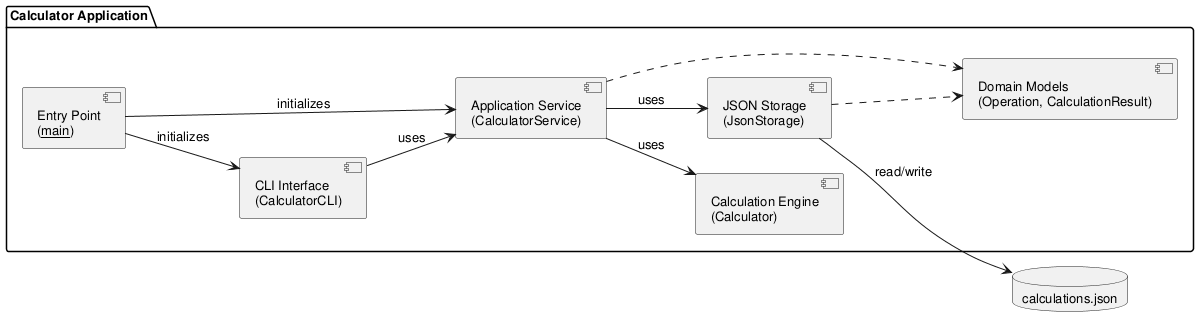
Before: experiments/pipeline/user_stories/calculator/artifacts/component_diagram.png, a diagram exported from PlantUML (DanielRiha8906/Software_autoevolution_using_agents). The source it was exported from:
```plantuml
@startuml component_diagram

skinparam componentStyle uml2
skinparam defaultFontSize 13
left to right direction

package "Calculator Application" {

    component "Entry Point\n(__main__)" as Main
    component "CLI Interface\n(CalculatorCLI)" as CLI
    component "Application Service\n(CalculatorService)" as Service
    component "Calculation Engine\n(Calculator)" as Calc
    component "JSON Storage\n(JsonStorage)" as Store
    component "Domain Models\n(Operation, CalculationResult)" as Models

    Main --> CLI : initializes
    Main --> Service : initializes

    CLI --> Service : uses
    Service --> Calc : uses
    Service --> Store : uses

    Service ..> Models
    Store ..> Models
}

database "calculations.json" as DB

Store --> DB : read/write

@enduml
```
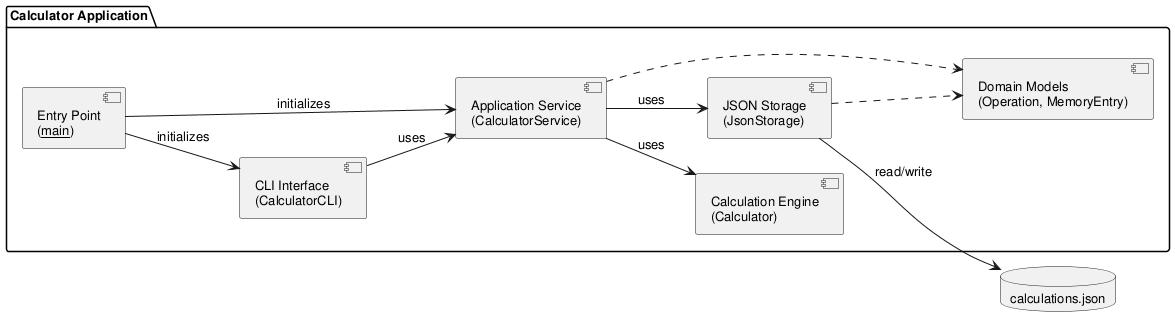
After the change.

Change to the diagram source:
```diff
@@ -11,7 +11,7 @@
     component "Application Service\n(CalculatorService)" as Service
     component "Calculation Engine\n(Calculator)" as Calc
     component "JSON Storage\n(JsonStorage)" as Store
-    component "Domain Models\n(Operation, CalculationResult)" as Models
+    component "Domain Models\n(Operation, MemoryEntry)" as Models
 
     Main --> CLI : initializes
     Main --> Service : initializes
```
